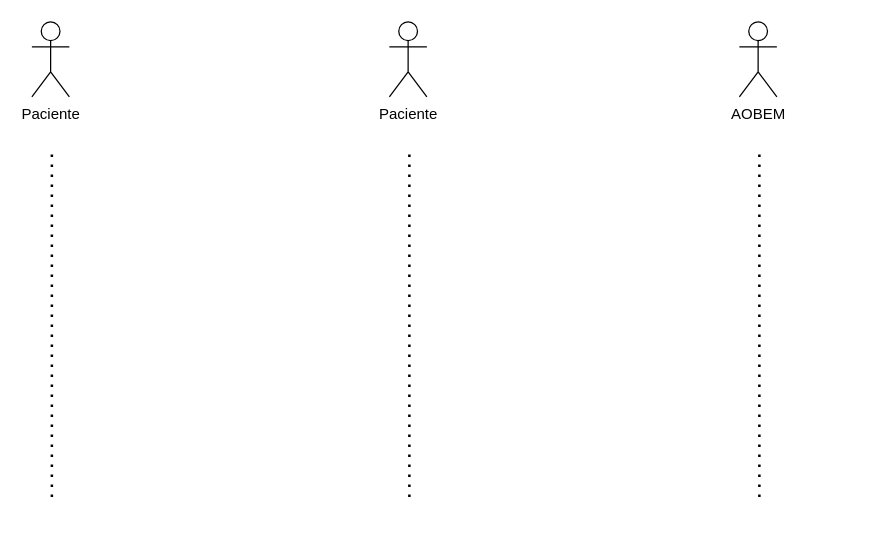
This is sequencias3.drawio from Patadaoikkk/uml, a draw.io file, before an edit. Source tidied: cells renumbered, new cells numbered last; positions are measured from the earlier drawing's top-left corner, leaving out a move shared by most shapes. Both pictures are drawn from the tidied source at 125%, with x=0, y=0 at pixel (31, 21).
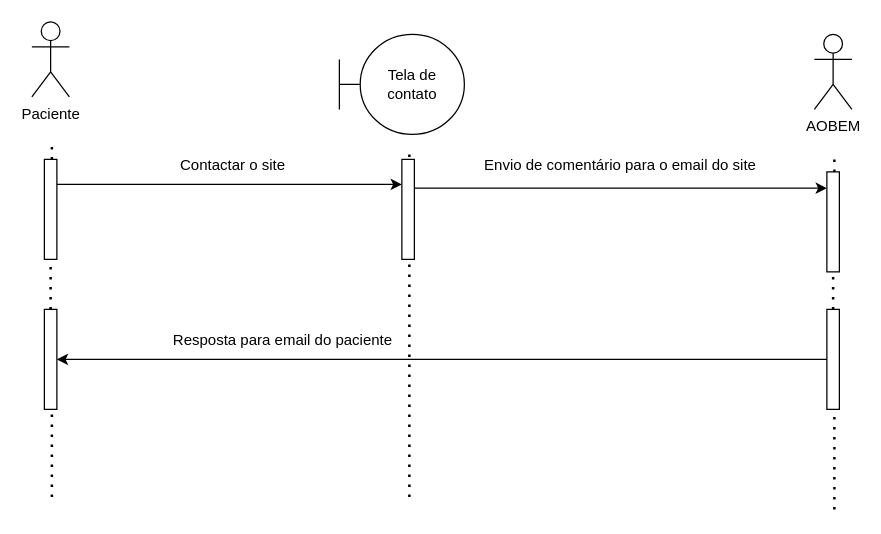
Above is the later version.

The edit, as a diff of the source:
```diff
@@
-    <mxCell id="3" style="endArrow=none;dashed=1;html=1;dashPattern=1 3;strokeWidth=2;rounded=0;" parent="1" edge="1">
+    <mxCell id="3" style="endArrow=none;dashed=1;html=1;dashPattern=1 3;strokeWidth=2;rounded=0;" parent="1" edge="1" source="10">
       <mxGeometry relative="1" as="geometry">
-        <mxPoint x="16" y="380" as="sourcePoint" />
         <mxPoint x="16" y="100" as="targetPoint" />
       </mxGeometry>
     </mxCell>
-    <mxCell id="4" value="Paciente" style="shape=umlActor;verticalLabelPosition=bottom;verticalAlign=top;html=1;" parent="1" vertex="1">
-      <mxGeometry x="286" width="30" height="60" as="geometry" />
-    </mxCell>
@@
     <mxCell id="6" value="AOBEM" style="shape=umlActor;verticalLabelPosition=bottom;verticalAlign=top;html=1;" parent="1" vertex="1">
-      <mxGeometry x="566" width="30" height="60" as="geometry" />
+      <mxGeometry x="626" y="10" width="30" height="60" as="geometry" />
     </mxCell>
-    <mxCell id="7" style="endArrow=none;dashed=1;html=1;dashPattern=1 3;strokeWidth=2;rounded=0;" parent="1" edge="1">
+    <mxCell id="7" style="endArrow=none;dashed=1;html=1;dashPattern=1 3;strokeWidth=2;rounded=0;" parent="1" edge="1" source="13">
       <mxGeometry relative="1" as="geometry">
-        <mxPoint x="582" y="380" as="sourcePoint" />
-        <mxPoint x="582" y="100" as="targetPoint" />
+        <mxPoint x="642" y="110" as="targetPoint" />
       </mxGeometry>
     </mxCell>
+    <mxCell id="8" value="T&lt;span style=&quot;background-color: initial;&quot;&gt;ela de contato&lt;/span&gt;" style="shape=umlBoundary;whiteSpace=wrap;html=1;" parent="1" vertex="1">
+      <mxGeometry x="246" y="10" width="100" height="80" as="geometry" />
+    </mxCell>
+    <mxCell id="9" style="endArrow=none;dashed=1;html=1;dashPattern=1 3;strokeWidth=2;rounded=0;" parent="1" edge="1" source="21" target="10">
+      <mxGeometry relative="1" as="geometry" />
+    </mxCell>
+    <mxCell id="10" style="html=1;points=[[0,0,0,0,5],[0,1,0,0,-5],[1,0,0,0,5],[1,1,0,0,-5]];perimeter=orthogonalPerimeter;outlineConnect=0;targetShapes=umlLifeline;portConstraint=eastwest;newEdgeStyle={&quot;curved&quot;:0,&quot;rounded&quot;:0};" parent="1" vertex="1">
+      <mxGeometry x="10" y="110" width="10" height="80" as="geometry" />
+    </mxCell>
+    <mxCell id="11" style="html=1;points=[[0,0,0,0,5],[0,1,0,0,-5],[1,0,0,0,5],[1,1,0,0,-5]];perimeter=orthogonalPerimeter;outlineConnect=0;targetShapes=umlLifeline;portConstraint=eastwest;newEdgeStyle={&quot;curved&quot;:0,&quot;rounded&quot;:0};" parent="1" vertex="1">
+      <mxGeometry x="296" y="110" width="10" height="80" as="geometry" />
+    </mxCell>
+    <mxCell id="12" style="endArrow=none;dashed=1;html=1;dashPattern=1 3;strokeWidth=2;rounded=0;" parent="1" edge="1" source="19" target="13">
+      <mxGeometry relative="1" as="geometry" />
+    </mxCell>
+    <mxCell id="13" style="html=1;points=[[0,0,0,0,5],[0,1,0,0,-5],[1,0,0,0,5],[1,1,0,0,-5]];perimeter=orthogonalPerimeter;outlineConnect=0;targetShapes=umlLifeline;portConstraint=eastwest;newEdgeStyle={&quot;curved&quot;:0,&quot;rounded&quot;:0};" parent="1" vertex="1">
+      <mxGeometry x="636" y="120" width="10" height="80" as="geometry" />
+    </mxCell>
+    <mxCell id="14" style="endArrow=classic;html=1;rounded=0;" parent="1" edge="1" target="11">
+      <mxGeometry relative="1" as="geometry">
+        <mxPoint x="20" y="130" as="sourcePoint" />
+      </mxGeometry>
+    </mxCell>
+    <mxCell id="15" value="Contactar o site" style="text;html=1;align=center;verticalAlign=middle;whiteSpace=wrap;rounded=0;" parent="1" vertex="1">
+      <mxGeometry x="106" y="100" width="110" height="30" as="geometry" />
+    </mxCell>
+    <mxCell id="16" style="endArrow=classic;html=1;rounded=0;" parent="1" edge="1">
+      <mxGeometry relative="1" as="geometry">
+        <mxPoint x="306" y="133" as="sourcePoint" />
+        <mxPoint x="636" y="133" as="targetPoint" />
+      </mxGeometry>
+    </mxCell>
+    <mxCell id="17" value="Envio de comentário para o email do site" style="text;html=1;align=center;verticalAlign=middle;whiteSpace=wrap;rounded=0;" parent="1" vertex="1">
+      <mxGeometry x="346" y="100" width="250" height="30" as="geometry" />
+    </mxCell>
+    <mxCell id="18" style="endArrow=none;dashed=1;html=1;dashPattern=1 3;strokeWidth=2;rounded=0;" parent="1" edge="1" target="19">
+      <mxGeometry relative="1" as="geometry">
+        <mxPoint x="642" y="390" as="sourcePoint" />
+      </mxGeometry>
+    </mxCell>
+    <mxCell id="19" style="html=1;points=[[0,0,0,0,5],[0,1,0,0,-5],[1,0,0,0,5],[1,1,0,0,-5]];perimeter=orthogonalPerimeter;outlineConnect=0;targetShapes=umlLifeline;portConstraint=eastwest;newEdgeStyle={&quot;curved&quot;:0,&quot;rounded&quot;:0};" parent="1" vertex="1">
+      <mxGeometry x="636" y="230" width="10" height="80" as="geometry" />
+    </mxCell>
+    <mxCell id="20" style="endArrow=none;dashed=1;html=1;dashPattern=1 3;strokeWidth=2;rounded=0;" parent="1" edge="1" target="21">
+      <mxGeometry relative="1" as="geometry">
+        <mxPoint x="16" y="380" as="sourcePoint" />
+      </mxGeometry>
+    </mxCell>
+    <mxCell id="21" style="html=1;points=[[0,0,0,0,5],[0,1,0,0,-5],[1,0,0,0,5],[1,1,0,0,-5]];perimeter=orthogonalPerimeter;outlineConnect=0;targetShapes=umlLifeline;portConstraint=eastwest;newEdgeStyle={&quot;curved&quot;:0,&quot;rounded&quot;:0};" parent="1" vertex="1">
+      <mxGeometry x="10" y="230" width="10" height="80" as="geometry" />
+    </mxCell>
+    <mxCell id="22" style="endArrow=classic;html=1;rounded=0;" parent="1" edge="1" source="19" target="21">
+      <mxGeometry relative="1" as="geometry" />
+    </mxCell>
+    <mxCell id="23" value="Resposta para email do paciente" style="text;html=1;align=center;verticalAlign=middle;whiteSpace=wrap;rounded=0;" parent="1" vertex="1">
+      <mxGeometry x="66" y="240" width="270" height="30" as="geometry" />
+    </mxCell>
```
